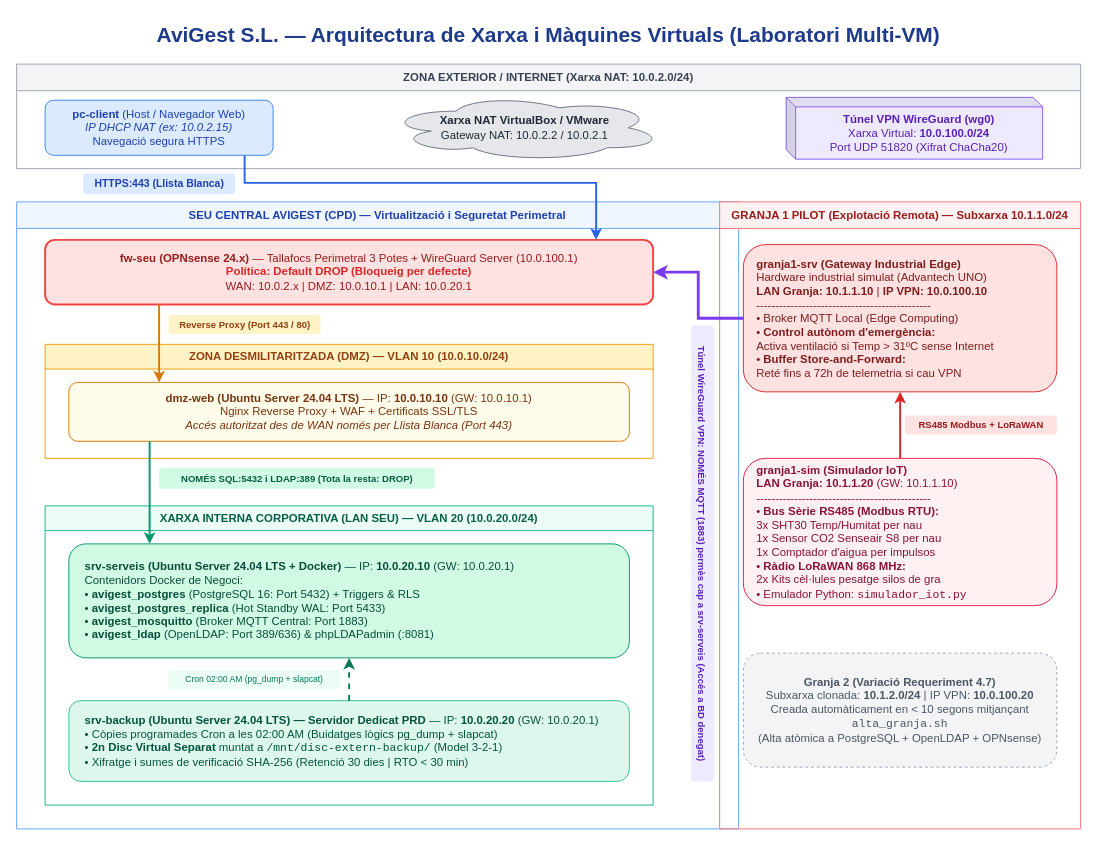
This is docs/diagrames/esquema_xarxa_vms.drawio from JoanGarcia25/avigest-projecte, a draw.io file, before an edit. Source tidied: cells renumbered, new cells numbered last; positions are measured from the earlier drawing's top-left corner, leaving out a move shared by most shapes. Both pictures are drawn from the tidied source at 95%, with x=0, y=0 at pixel (16, 16).
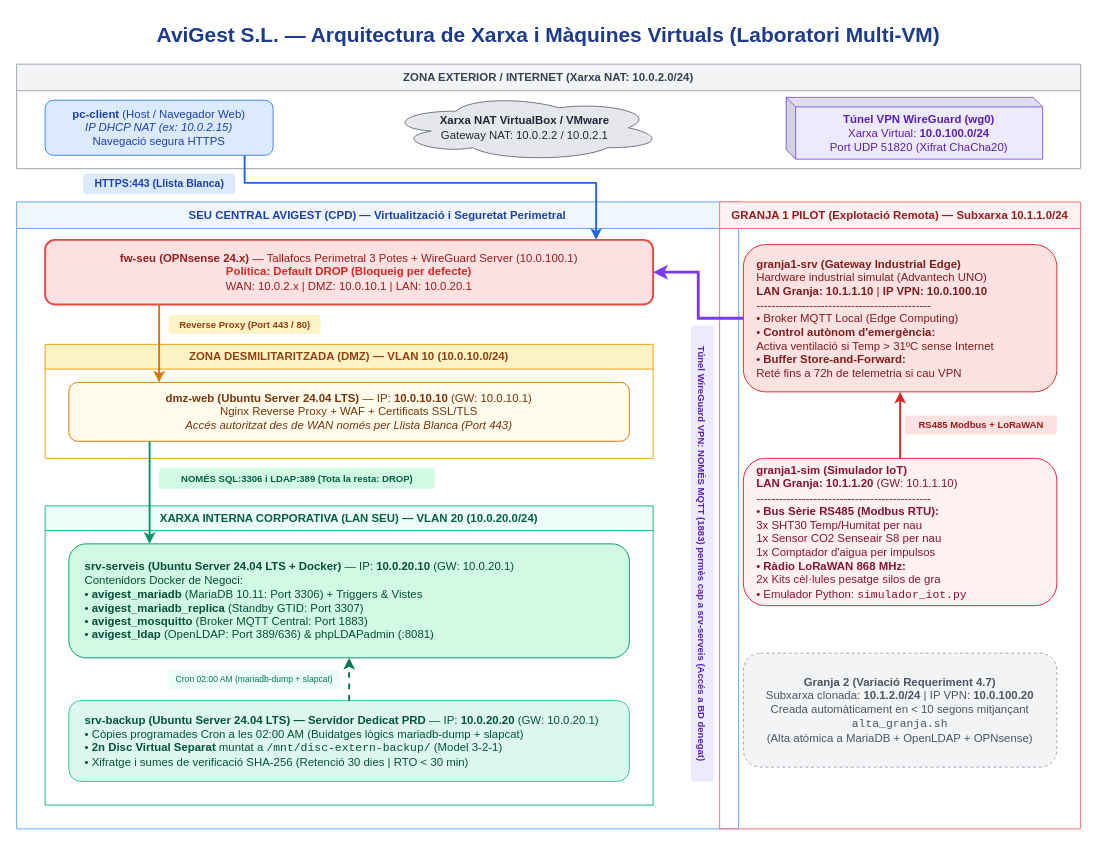
Above is the later version.

The change refers to these unchanged cells:
```xml
<mxCell id="7" value="SEU CENTRAL AVIGEST (CPD) — Virtualització i Seguretat Perimetral" style="swimlane;whiteSpace=wrap;html=1;fillColor=#EFF6FF;strokeColor=#60A5FA;fontStyle=1;fontColor=#1E40AF;startSize=28;" parent="1" vertex="1">
  <mxGeometry y="195" width="760" height="660" as="geometry" />
</mxCell>
<mxCell id="11" value="XARXA INTERNA CORPORATIVA (LAN SEU) — VLAN 20 (10.0.20.0/24)" style="swimlane;whiteSpace=wrap;html=1;fillColor=#ECFDF5;strokeColor=#10B981;fontStyle=1;fontColor=#065F46;startSize=26;" parent="7" vertex="1">
  <mxGeometry x="30" y="320" width="640" height="315" as="geometry" />
</mxCell>
<mxCell id="18" value="GRANJA 1 PILOT (Explotació Remota) — Subxarxa 10.1.1.0/24" style="swimlane;whiteSpace=wrap;html=1;fillColor=#FEF2F2;strokeColor=#F87171;fontStyle=1;fontColor=#991B1B;startSize=28;" parent="1" vertex="1">
  <mxGeometry x="740" y="195" width="380" height="660" as="geometry" />
</mxCell>
```

The edit, as a diff of the source:
```diff
@@
-    <mxCell id="12" value="&lt;b&gt;srv-serveis (Ubuntu Server 24.04 LTS + Docker)&lt;/b&gt; — IP: &lt;b&gt;10.0.20.10&lt;/b&gt; (GW: 10.0.20.1)&lt;br&gt;Contenidors Docker de Negoci:&lt;br&gt;• &lt;b&gt;avigest_postgres&lt;/b&gt; (PostgreSQL 16: Port 5432) + Triggers &amp; RLS&lt;br&gt;• &lt;b&gt;avigest_postgres_replica&lt;/b&gt; (Hot Standby WAL: Port 5433)&lt;br&gt;• &lt;b&gt;avigest_mosquitto&lt;/b&gt; (Broker MQTT Central: Port 1883)&lt;br&gt;• &lt;b&gt;avigest_ldap&lt;/b&gt; (OpenLDAP: Port 389/636) &amp; phpLDAPadmin (:8081)" style="rounded=1;whiteSpace=wrap;html=1;fillColor=#D1FAE5;strokeColor=#059669;fontColor=#064E3B;align=left;spacingLeft=15;" parent="11" vertex="1">
+    <mxCell id="12" value="&lt;b&gt;srv-serveis (Ubuntu Server 24.04 LTS + Docker)&lt;/b&gt; — IP: &lt;b&gt;10.0.20.10&lt;/b&gt; (GW: 10.0.20.1)&lt;br&gt;Contenidors Docker de Negoci:&lt;br&gt;• &lt;b&gt;avigest_mariadb&lt;/b&gt; (MariaDB 10.11: Port 3306) + Triggers &amp; Vistes&lt;br&gt;• &lt;b&gt;avigest_mariadb_replica&lt;/b&gt; (Standby GTID: Port 3307)&lt;br&gt;• &lt;b&gt;avigest_mosquitto&lt;/b&gt; (Broker MQTT Central: Port 1883)&lt;br&gt;• &lt;b&gt;avigest_ldap&lt;/b&gt; (OpenLDAP: Port 389/636) &amp; phpLDAPadmin (:8081)" style="rounded=1;whiteSpace=wrap;html=1;fillColor=#D1FAE5;strokeColor=#059669;fontColor=#064E3B;align=left;spacingLeft=15;" parent="11" vertex="1">
       <mxGeometry x="25" y="40" width="590" height="120" as="geometry" />
     </mxCell>
-    <mxCell id="13" value="&lt;b&gt;srv-backup (Ubuntu Server 24.04 LTS) — Servidor Dedicat PRD&lt;/b&gt; — IP: &lt;b&gt;10.0.20.20&lt;/b&gt; (GW: 10.0.20.1)&lt;br&gt;• Còpies programades Cron a les 02:00 AM (Buidatges lògics pg_dump + slapcat)&lt;br&gt;• &lt;b&gt;2n Disc Virtual Separat&lt;/b&gt; muntat a &lt;code&gt;/mnt/disc-extern-backup/&lt;/code&gt; (Model 3-2-1)&lt;br&gt;• Xifratge i sumes de verificació SHA-256 (Retenció 30 dies | RTO &amp;lt; 30 min)" style="rounded=1;whiteSpace=wrap;html=1;fillColor=#DEF7EC;strokeColor=#31C48D;fontColor=#03543F;align=left;spacingLeft=15;" parent="11" vertex="1">
+    <mxCell id="13" value="&lt;b&gt;srv-backup (Ubuntu Server 24.04 LTS) — Servidor Dedicat PRD&lt;/b&gt; — IP: &lt;b&gt;10.0.20.20&lt;/b&gt; (GW: 10.0.20.1)&lt;br&gt;• Còpies programades Cron a les 02:00 AM (Buidatges lògics mariadb-dump + slapcat)&lt;br&gt;• &lt;b&gt;2n Disc Virtual Separat&lt;/b&gt; muntat a &lt;code&gt;/mnt/disc-extern-backup/&lt;/code&gt; (Model 3-2-1)&lt;br&gt;• Xifratge i sumes de verificació SHA-256 (Retenció 30 dies | RTO &amp;lt; 30 min)" style="rounded=1;whiteSpace=wrap;html=1;fillColor=#DEF7EC;strokeColor=#31C48D;fontColor=#03543F;align=left;spacingLeft=15;" parent="11" vertex="1">
       <mxGeometry x="25" y="205" width="590" height="85" as="geometry" />
     </mxCell>
-    <mxCell id="14" value="Cron 02:00 AM (pg_dump + slapcat)" style="text;html=1;align=center;verticalAlign=middle;fontSize=9;fontColor=#047857;fillColor=#ECFDF5;rounded=1;" parent="11" vertex="1">
+    <mxCell id="14" value="Cron 02:00 AM (mariadb-dump + slapcat)" style="text;html=1;align=center;verticalAlign=middle;fontSize=9;fontColor=#047857;fillColor=#ECFDF5;rounded=1;" parent="11" vertex="1">
       <mxGeometry x="130" y="173" width="180" height="20" as="geometry" />
     </mxCell>
@@
-    <mxCell id="17" value="NOMÉS SQL:5432 i LDAP:389 (Tota la resta: DROP)" style="text;html=1;align=center;verticalAlign=middle;fontSize=10;fontColor=#065F46;fontStyle=1;fillColor=#D1FAE5;rounded=1;" parent="7" vertex="1">
+    <mxCell id="17" value="NOMÉS SQL:3306 i LDAP:389 (Tota la resta: DROP)" style="text;html=1;align=center;verticalAlign=middle;fontSize=10;fontColor=#065F46;fontStyle=1;fillColor=#D1FAE5;rounded=1;" parent="7" vertex="1">
       <mxGeometry x="150" y="280" width="290" height="22" as="geometry" />
     </mxCell>
@@
-    <mxCell id="21" value="&lt;b&gt;Granja 2 (Variació Requeriment 4.7)&lt;/b&gt;&lt;br&gt;Subxarxa clonada: &lt;b&gt;10.1.2.0/24&lt;/b&gt; | IP VPN: &lt;b&gt;10.0.100.20&lt;/b&gt;&lt;br&gt;Creada automàticament en &amp;lt; 10 segons mitjançant &lt;code&gt;alta_granja.sh&lt;/code&gt;&lt;br&gt;(Alta atòmica a PostgreSQL + OpenLDAP + OPNsense)" style="rounded=1;whiteSpace=wrap;html=1;dashed=1;fillColor=#F3F4F6;strokeColor=#9CA3AF;fontColor=#4B5563;" parent="18" vertex="1">
+    <mxCell id="21" value="&lt;b&gt;Granja 2 (Variació Requeriment 4.7)&lt;/b&gt;&lt;br&gt;Subxarxa clonada: &lt;b&gt;10.1.2.0/24&lt;/b&gt; | IP VPN: &lt;b&gt;10.0.100.20&lt;/b&gt;&lt;br&gt;Creada automàticament en &amp;lt; 10 segons mitjançant &lt;code&gt;alta_granja.sh&lt;/code&gt;&lt;br&gt;(Alta atòmica a MariaDB + OpenLDAP + OPNsense)" style="rounded=1;whiteSpace=wrap;html=1;dashed=1;fillColor=#F3F4F6;strokeColor=#9CA3AF;fontColor=#4B5563;" parent="18" vertex="1">
       <mxGeometry x="25" y="475" width="330" height="120" as="geometry" />
     </mxCell>
```
